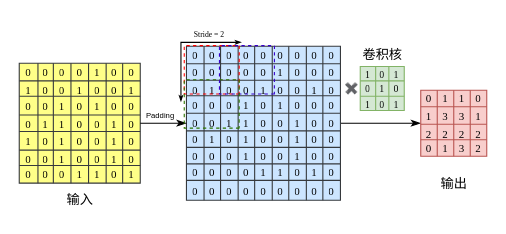
DingDongZz/typera_PicGO keeps this draw.io diagram as DrawIO_file/毕业论文画图/卷积层.drawio. Above is the earlier version. Source tidied: cells renumbered, new cells numbered last; positions are measured from the earlier drawing's top-left corner, leaving out a move shared by most shapes. Both pictures are drawn from the tidied source at 110%, with x=0, y=0 at pixel (19, 19).
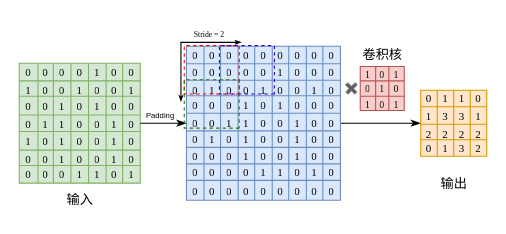
The same page after the edit.

Commit message:
更新卷积层.drawio

What changed in the source:
```diff
@@
-    <mxCell id="2" style="shape=table;startSize=0;childLayout=tableLayout;fontSize=10;fontFamily=Times New Roman;swimlaneFillColor=none;fillStyle=auto;fillColor=#ffff88;strokeColor=#36393d;" parent="1" vertex="1">
+    <mxCell id="2" style="shape=table;startSize=0;childLayout=tableLayout;fontSize=10;fontFamily=Times New Roman;swimlaneFillColor=none;fillStyle=auto;fillColor=#d5e8d4;strokeColor=#82b366;" parent="1" vertex="1">
       <mxGeometry y="40" width="110" height="109" as="geometry" />
     </mxCell>
@@
-    <mxCell id="60" style="shape=table;startSize=0;childLayout=tableLayout;fontSize=10;fontFamily=Times New Roman;swimlaneLine=1;fillColor=#cce5ff;strokeColor=#36393d;" parent="1" vertex="1">
+    <mxCell id="60" style="shape=table;startSize=0;childLayout=tableLayout;fontSize=10;fontFamily=Times New Roman;swimlaneLine=1;fillColor=#dae8fc;strokeColor=#6c8ebf;" parent="1" vertex="1">
       <mxGeometry x="152" y="24.5" width="140" height="140" as="geometry" />
     </mxCell>
@@
-    <mxCell id="151" style="shape=table;startSize=0;childLayout=tableLayout;fontSize=10;fontFamily=Times New Roman;swimlaneLine=1;fillColor=#f8cecc;strokeColor=#b85450;" parent="1" vertex="1">
+    <mxCell id="151" style="shape=table;startSize=0;childLayout=tableLayout;fontSize=10;fontFamily=Times New Roman;swimlaneLine=1;fillColor=#ffe6cc;strokeColor=#d79b00;" parent="1" vertex="1">
       <mxGeometry x="365" y="64.5" width="60" height="60" as="geometry" />
     </mxCell>
@@
-    <mxCell id="172" style="shape=table;startSize=0;childLayout=tableLayout;fontSize=9;fontFamily=Times New Roman;swimlaneLine=1;fillColor=#d5e8d4;strokeColor=#82b366;" parent="1" vertex="1">
+    <mxCell id="172" style="shape=table;startSize=0;childLayout=tableLayout;fontSize=9;fontFamily=Times New Roman;swimlaneLine=1;fillColor=#f8cecc;strokeColor=#b85450;" parent="1" vertex="1">
       <mxGeometry x="310" y="43" width="40" height="40" as="geometry" />
     </mxCell>
```
